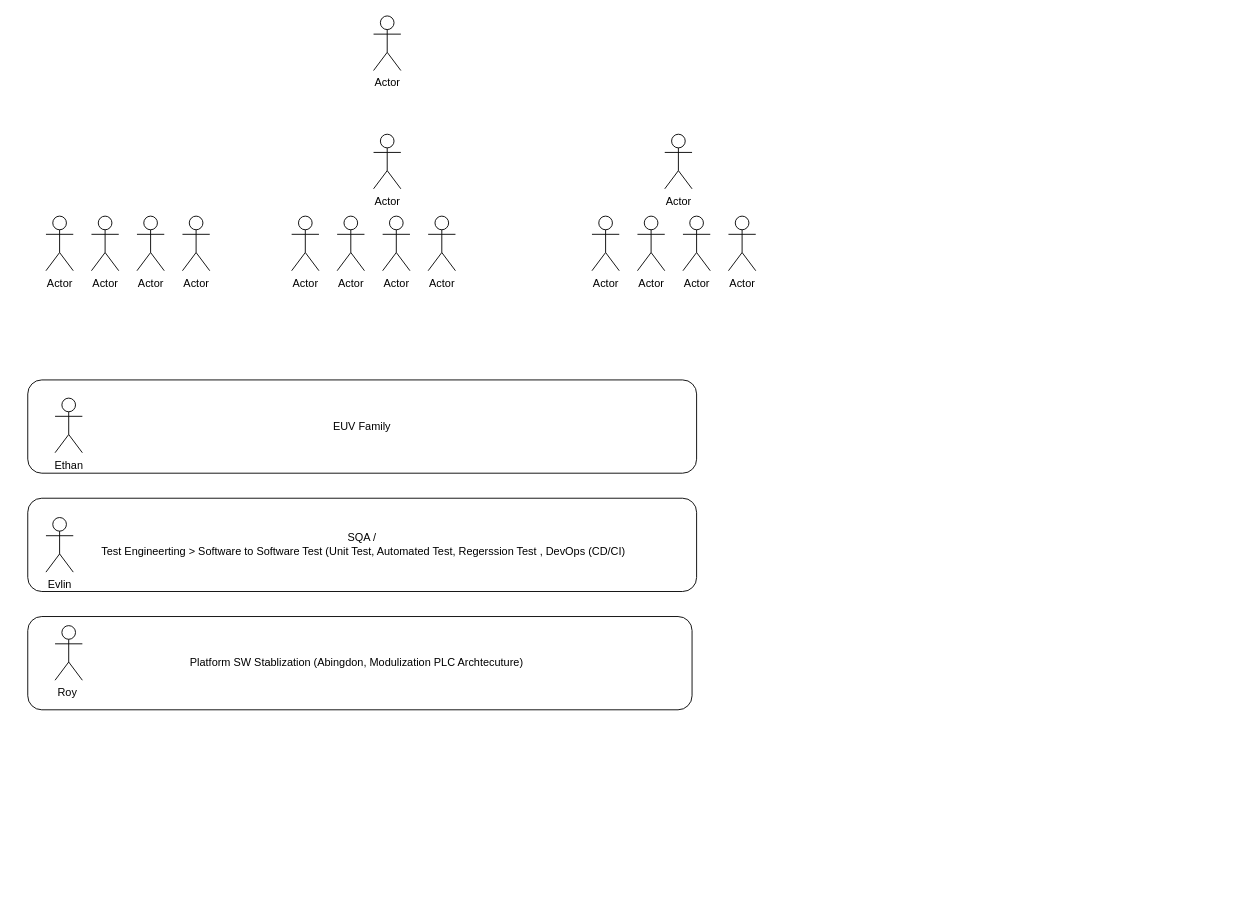
Before: page "페이지-1" (1 of 2) of Team Strategy.drawio in EdwardsKorea/CommonDrawIO, a draw.io diagram. Source tidied: cells renumbered, new cells numbered last; positions are measured from the earlier drawing's top-left corner, leaving out a move shared by most shapes. Both pictures are drawn from the tidied source at 91%, with x=0, y=0 at pixel (27, 15).
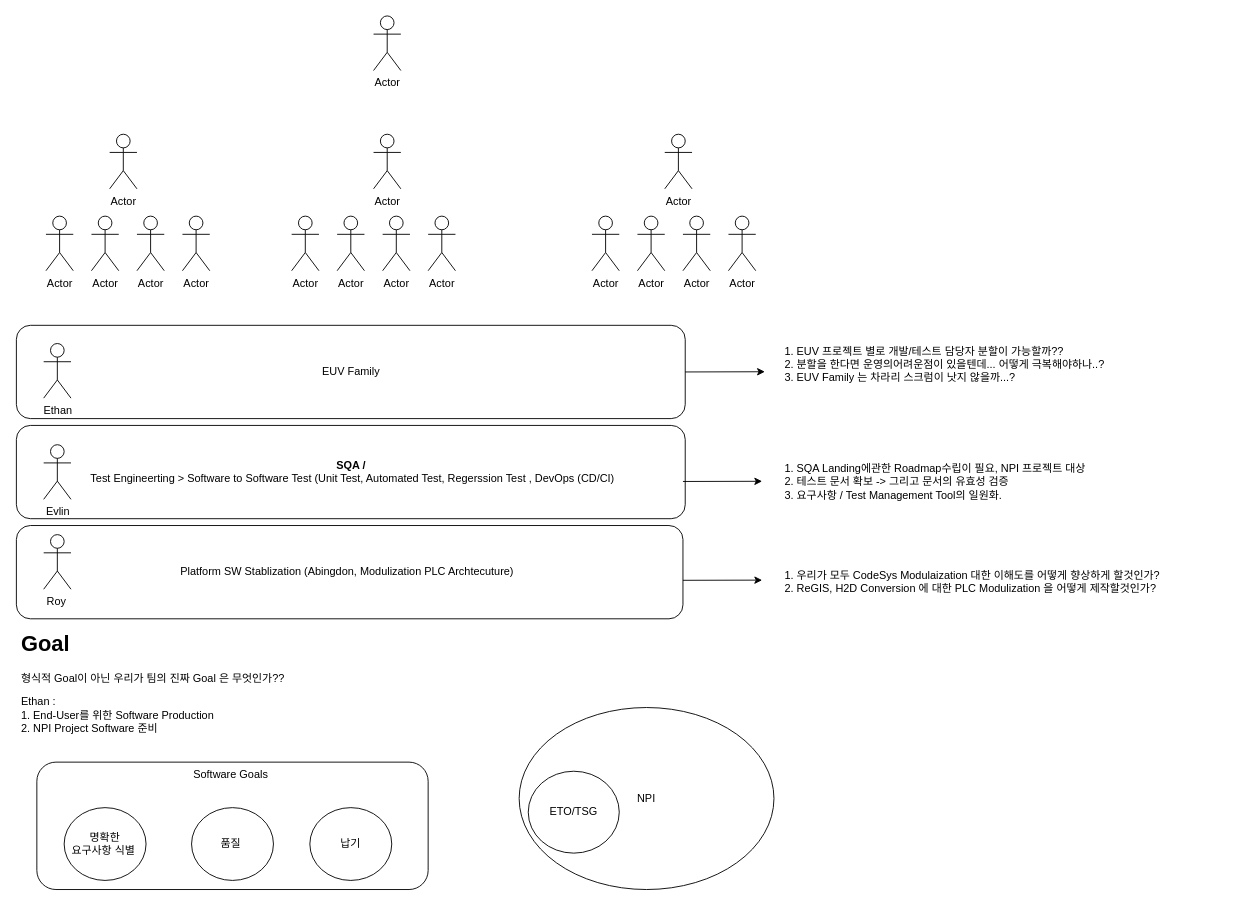
The same diagram, later.

Diff of the diagram source:
```diff
@@
+    <mxCell id="23" value="Software Goals&amp;nbsp;" style="rounded=1;whiteSpace=wrap;html=1;verticalAlign=top;" parent="1" vertex="1">
+      <mxGeometry x="10" y="820" width="430" height="140" as="geometry" />
+    </mxCell>
     <mxCell id="2" value="Platform SW Stablization (Abingdon, Modulization PLC Archtecuture)&amp;nbsp;&amp;nbsp;" style="rounded=1;whiteSpace=wrap;html=1;" parent="1" vertex="1">
-      <mxGeometry y="660" width="730" height="102.5" as="geometry" />
+      <mxGeometry x="-12.5" y="560" width="732.5" height="102.5" as="geometry" />
     </mxCell>
@@
     <mxCell id="18" value="EUV Family" style="rounded=1;whiteSpace=wrap;html=1;" parent="1" vertex="1">
-      <mxGeometry y="400" width="735" height="102.5" as="geometry" />
+      <mxGeometry x="-12.5" y="340" width="735" height="102.5" as="geometry" />
     </mxCell>
     <mxCell id="19" value="Ethan" style="shape=umlActor;verticalLabelPosition=bottom;verticalAlign=top;html=1;" parent="1" vertex="1">
-      <mxGeometry x="30" y="420" width="30" height="60" as="geometry" />
+      <mxGeometry x="17.5" y="360" width="30" height="60" as="geometry" />
     </mxCell>
-    <mxCell id="20" value="SQA /&lt;br&gt;&amp;nbsp;Test Engineerting &amp;gt; Software to Software Test (Unit Test, Automated Test, Regerssion Test , DevOps (CD/CI)" style="rounded=1;whiteSpace=wrap;html=1;" parent="1" vertex="1">
-      <mxGeometry y="530" width="735" height="102.5" as="geometry" />
+    <mxCell id="20" value="&lt;b&gt;SQA /&lt;/b&gt;&lt;br&gt;&amp;nbsp;Test Engineerting &amp;gt; Software to Software Test (Unit Test, Automated Test, Regerssion Test , DevOps (CD/CI)" style="rounded=1;whiteSpace=wrap;html=1;" parent="1" vertex="1">
+      <mxGeometry x="-12.5" y="450" width="735" height="102.5" as="geometry" />
     </mxCell>
     <mxCell id="21" value="Evlin" style="shape=umlActor;verticalLabelPosition=bottom;verticalAlign=top;html=1;" parent="1" vertex="1">
-      <mxGeometry x="20" y="551.2" width="30" height="60" as="geometry" />
+      <mxGeometry x="17.5" y="471.2" width="30" height="60" as="geometry" />
     </mxCell>
     <mxCell id="22" value="Roy&amp;nbsp;" style="shape=umlActor;verticalLabelPosition=bottom;verticalAlign=top;html=1;" parent="1" vertex="1">
-      <mxGeometry x="30" y="670" width="30" height="60" as="geometry" />
+      <mxGeometry x="17.5" y="570" width="30" height="60" as="geometry" />
     </mxCell>
+    <mxCell id="24" value="&lt;h1&gt;Goal&lt;/h1&gt;&lt;p&gt;형식적 Goal이 아닌 우리가 팀의 진짜 Goal 은 무엇인가??&amp;nbsp;&lt;/p&gt;&lt;p&gt;Ethan : &lt;br&gt;1. End-User를 위한 Software Production&amp;nbsp;&lt;br&gt;2. NPI Project Software 준비&lt;br&gt;&lt;br&gt;&lt;br&gt;&lt;/p&gt;" style="text;html=1;strokeColor=none;fillColor=none;spacing=5;spacingTop=-20;whiteSpace=wrap;overflow=hidden;rounded=0;" parent="1" vertex="1">
+      <mxGeometry x="-12.5" y="670" width="540" height="150" as="geometry" />
+    </mxCell>
+    <mxCell id="25" value="Actor" style="shape=umlActor;verticalLabelPosition=bottom;verticalAlign=top;html=1;" parent="1" vertex="1">
+      <mxGeometry x="90" y="130" width="30" height="60" as="geometry" />
+    </mxCell>
+    <mxCell id="26" value="명확한 &lt;br&gt;요구사항 식별&amp;nbsp;" style="ellipse;whiteSpace=wrap;html=1;" parent="1" vertex="1">
+      <mxGeometry x="40" y="870" width="90" height="80" as="geometry" />
+    </mxCell>
+    <mxCell id="27" value="품질&amp;nbsp;" style="ellipse;whiteSpace=wrap;html=1;" parent="1" vertex="1">
+      <mxGeometry x="180" y="870" width="90" height="80" as="geometry" />
+    </mxCell>
+    <mxCell id="28" value="납기" style="ellipse;whiteSpace=wrap;html=1;" parent="1" vertex="1">
+      <mxGeometry x="310" y="870" width="90" height="80" as="geometry" />
+    </mxCell>
+    <mxCell id="29" value="NPI" style="ellipse;whiteSpace=wrap;html=1;" parent="1" vertex="1">
+      <mxGeometry x="540" y="760" width="280" height="200" as="geometry" />
+    </mxCell>
+    <mxCell id="30" value="ETO/TSG" style="ellipse;whiteSpace=wrap;html=1;" parent="1" vertex="1">
+      <mxGeometry x="550" y="830" width="100" height="90" as="geometry" />
+    </mxCell>
+    <mxCell id="31" style="endArrow=classic;html=1;rounded=0;exitX=1;exitY=0.5;exitDx=0;exitDy=0;" parent="1" edge="1" source="18">
+      <mxGeometry relative="1" as="geometry">
+        <mxPoint x="810" y="391" as="targetPoint" />
+      </mxGeometry>
+    </mxCell>
+    <mxCell id="32" value="1. EUV 프로젝트 별로 개발/테스트 담당자 분할이 가능할까??&amp;nbsp;&lt;br&gt;2. 분할을 한다면 운영의어려운점이 있을텐데... 어떻게 극복해야하나..?&amp;nbsp;&lt;br&gt;3. EUV Family 는 차라리 스크럼이 낫지 않을까...?&amp;nbsp;" style="text;html=1;strokeColor=none;fillColor=none;align=left;verticalAlign=middle;whiteSpace=wrap;rounded=0;" parent="1" vertex="1">
+      <mxGeometry x="830" y="350" width="490" height="66.2" as="geometry" />
+    </mxCell>
+    <mxCell id="33" value="1. SQA Landing에관한 Roadmap수립이 필요, NPI 프로젝트 대상&lt;br&gt;2. 테스트 문서 확보 -&amp;gt; 그리고 문서의 유효성 검증&lt;br&gt;3. 요구사항 / Test Management Tool의 일원화." style="text;html=1;strokeColor=none;fillColor=none;align=left;verticalAlign=middle;whiteSpace=wrap;rounded=0;" parent="1" vertex="1">
+      <mxGeometry x="830" y="480" width="490" height="63.8" as="geometry" />
+    </mxCell>
+    <mxCell id="34" style="endArrow=classic;html=1;rounded=0;" parent="1" edge="1">
+      <mxGeometry relative="1" as="geometry">
+        <mxPoint x="720" y="511.6" as="sourcePoint" />
+        <mxPoint x="807" y="511.4" as="targetPoint" />
+      </mxGeometry>
+    </mxCell>
+    <mxCell id="35" style="endArrow=classic;html=1;rounded=0;" parent="1" edge="1">
+      <mxGeometry relative="1" as="geometry">
+        <mxPoint x="720" y="620.2" as="sourcePoint" />
+        <mxPoint x="807" y="620" as="targetPoint" />
+      </mxGeometry>
+    </mxCell>
+    <mxCell id="36" value="1. 우리가 모두 CodeSys Modulaization 대한 이해도를 어떻게 향상하게 할것인가?&amp;nbsp;&lt;br&gt;2. ReGIS, H2D Conversion 에 대한 PLC Modulization 을 어떻게 제작할것인가?&amp;nbsp;" style="text;html=1;strokeColor=none;fillColor=none;align=left;verticalAlign=middle;whiteSpace=wrap;rounded=0;" parent="1" vertex="1">
+      <mxGeometry x="830" y="590" width="490" height="63.8" as="geometry" />
+    </mxCell>
```
